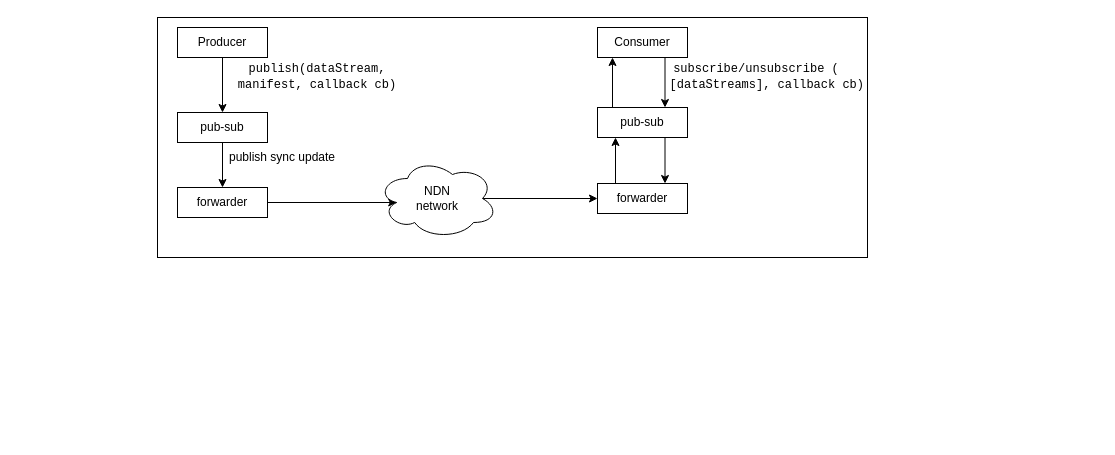
Above: page "Pub-sub" (4 of 5) of docs/Copy of mGuard .drawio in dulalsaurab/new-mguard (draw.io), before the change. Source tidied: cells renumbered, new cells numbered last; positions are measured from the earlier drawing's top-left corner, leaving out a move shared by most shapes. Both pictures are drawn from the tidied source at 100%, with x=0, y=0 at pixel (157, 17).
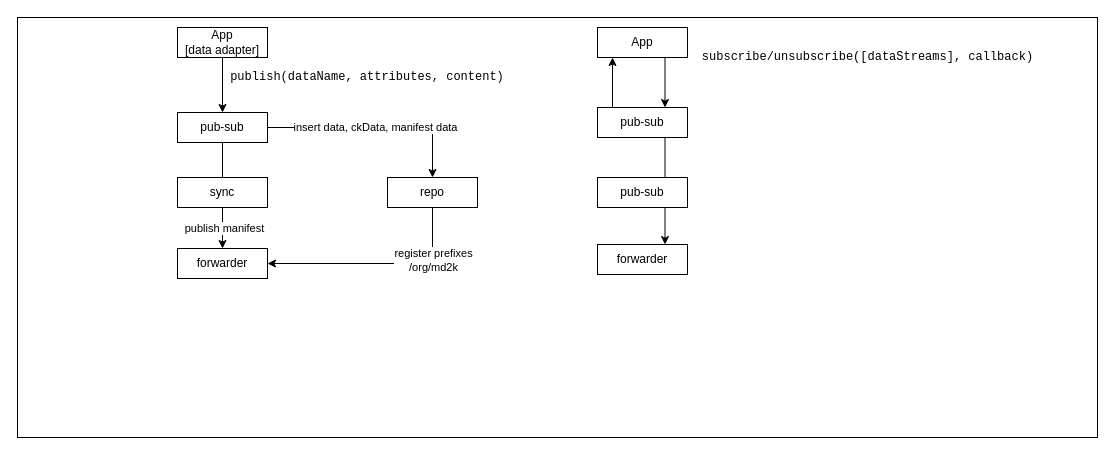
After the change.

The change refers to these unchanged cells:
```xml
<mxCell id="6" style="edgeStyle=orthogonalEdgeStyle;rounded=0;jettySize=auto;html=1;exitX=0.5;exitY=1;exitDx=0;exitDy=0;entryX=0.5;entryY=0;entryDx=0;entryDy=0;" parent="1" edge="1" source="7" target="9">
  <mxGeometry relative="1" as="geometry" />
</mxCell>
<mxCell id="7" value="pub-sub" style="rounded=0;whiteSpace=wrap;html=1;" parent="1" vertex="1">
  <mxGeometry x="20" y="95" width="90" height="30" as="geometry" />
</mxCell>
```

Change to the diagram source:
```diff
@@
     <mxCell id="2" style="rounded=0;whiteSpace=wrap;html=1;" parent="1" vertex="1">
-      <mxGeometry width="710" height="240" as="geometry" />
+      <mxGeometry x="-140" width="1080" height="420" as="geometry" />
     </mxCell>
@@
-    <mxCell id="4" value="Producer" style="rounded=0;whiteSpace=wrap;html=1;" parent="1" vertex="1">
+    <mxCell id="4" value="App&lt;br&gt;[data adapter]" style="rounded=0;whiteSpace=wrap;html=1;" parent="1" vertex="1">
       <mxGeometry x="20" y="10" width="90" height="30" as="geometry" />
     </mxCell>
-    <mxCell id="5" value="&lt;font face=&quot;Courier New&quot;&gt;publish(dataStream, manifest, callback cb)&lt;/font&gt;" style="text;html=1;strokeColor=none;fillColor=none;align=center;verticalAlign=middle;whiteSpace=wrap;rounded=0;" parent="1" vertex="1">
-      <mxGeometry x="70" y="49" width="180" height="20" as="geometry" />
+    <mxCell id="5" value="&lt;font face=&quot;Courier New&quot;&gt;publish(dataName, attributes, content)&lt;/font&gt;" style="text;html=1;strokeColor=none;fillColor=none;align=center;verticalAlign=middle;whiteSpace=wrap;rounded=0;" parent="1" vertex="1">
+      <mxGeometry x="70" y="49" width="280" height="20" as="geometry" />
     </mxCell>
@@
+    <mxCell id="21" value="publish manifest" style="edgeLabel;html=1;align=center;verticalAlign=middle;" parent="6" vertex="1">
+      <mxGeometry x="0.6" y="1" relative="1" as="geometry" />
+    </mxCell>
+    <mxCell id="22" value="insert data, ckData, manifest data" style="edgeStyle=orthogonalEdgeStyle;rounded=0;jettySize=auto;html=1;exitX=1;exitY=0.5;exitDx=0;exitDy=0;entryX=0.5;entryY=0;entryDx=0;entryDy=0;" parent="1" edge="1" source="7" target="27">
+      <mxGeometry relative="1" as="geometry" />
+    </mxCell>
@@
-    <mxCell id="8" style="edgeStyle=orthogonalEdgeStyle;rounded=0;jettySize=auto;html=1;exitX=1;exitY=0.5;exitDx=0;exitDy=0;entryX=0.16;entryY=0.55;entryDx=0;entryDy=0;entryPerimeter=0;" parent="1" edge="1" source="9" target="11">
-      <mxGeometry relative="1" as="geometry" />
-    </mxCell>
     <mxCell id="9" value="forwarder" style="rounded=0;whiteSpace=wrap;html=1;" parent="1" vertex="1">
-      <mxGeometry x="20" y="170" width="90" height="30" as="geometry" />
+      <mxGeometry x="20" y="231" width="90" height="30" as="geometry" />
     </mxCell>
-    <mxCell id="10" style="edgeStyle=orthogonalEdgeStyle;rounded=0;jettySize=auto;html=1;exitX=0.875;exitY=0.5;exitDx=0;exitDy=0;exitPerimeter=0;" parent="1" edge="1" source="11" target="13">
-      <mxGeometry relative="1" as="geometry" />
-    </mxCell>
-    <mxCell id="11" value="NDN&lt;br&gt;network" style="ellipse;shape=cloud;whiteSpace=wrap;html=1;" parent="1" vertex="1">
-      <mxGeometry x="220" y="141" width="120" height="80" as="geometry" />
-    </mxCell>
-    <mxCell id="12" style="edgeStyle=orthogonalEdgeStyle;rounded=0;orthogonalLoop=1;jettySize=auto;html=1;exitX=0.5;exitY=0;exitDx=0;exitDy=0;entryX=0.5;entryY=1;entryDx=0;entryDy=0;" parent="1" edge="1">
-      <mxGeometry relative="1" as="geometry">
-        <mxPoint x="458" y="166" as="sourcePoint" />
-        <mxPoint x="458" y="120" as="targetPoint" />
-      </mxGeometry>
-    </mxCell>
     <mxCell id="13" value="forwarder" style="rounded=0;whiteSpace=wrap;html=1;" parent="1" vertex="1">
-      <mxGeometry x="440" y="166" width="90" height="30" as="geometry" />
+      <mxGeometry x="440" y="227" width="90" height="30" as="geometry" />
     </mxCell>
@@
-    <mxCell id="18" value="Consumer" style="rounded=0;whiteSpace=wrap;html=1;" parent="1" vertex="1">
+    <mxCell id="18" value="App" style="rounded=0;whiteSpace=wrap;html=1;" parent="1" vertex="1">
       <mxGeometry x="440" y="10" width="90" height="30" as="geometry" />
     </mxCell>
-    <mxCell id="19" value="&lt;font face=&quot;Courier New&quot;&gt;subscribe/unsubscribe (&lt;br&gt;&amp;nbsp; &amp;nbsp;[dataStreams], callback cb)&lt;/font&gt;" style="text;html=1;strokeColor=none;fillColor=none;align=center;verticalAlign=middle;whiteSpace=wrap;rounded=0;" parent="1" vertex="1">
-      <mxGeometry x="489" y="49" width="220" height="20" as="geometry" />
+    <mxCell id="19" value="&lt;font face=&quot;Courier New&quot;&gt;subscribe/unsubscribe([dataStreams], callback)&lt;/font&gt;" style="text;html=1;strokeColor=none;fillColor=none;align=center;verticalAlign=middle;whiteSpace=wrap;rounded=0;" parent="1" vertex="1">
+      <mxGeometry x="540" y="29" width="341" height="20" as="geometry" />
     </mxCell>
-    <mxCell id="20" value="publish sync update" style="text;html=1;strokeColor=none;fillColor=none;align=center;verticalAlign=middle;whiteSpace=wrap;rounded=0;" parent="1" vertex="1">
-      <mxGeometry x="50" y="130" width="150" height="20" as="geometry" />
-    </mxCell>
+    <mxCell id="23" value="sync" style="rounded=0;whiteSpace=wrap;html=1;" parent="1" vertex="1">
+      <mxGeometry x="20" y="160" width="90" height="30" as="geometry" />
+    </mxCell>
+    <mxCell id="24" value="pub-sub" style="rounded=0;whiteSpace=wrap;html=1;" parent="1" vertex="1">
+      <mxGeometry x="440" y="160" width="90" height="30" as="geometry" />
+    </mxCell>
+    <mxCell id="25" style="edgeStyle=orthogonalEdgeStyle;rounded=0;jettySize=auto;html=1;exitX=0.5;exitY=1;exitDx=0;exitDy=0;entryX=1;entryY=0.5;entryDx=0;entryDy=0;" parent="1" edge="1" source="27" target="9">
+      <mxGeometry relative="1" as="geometry" />
+    </mxCell>
+    <mxCell id="26" value="register prefixes&lt;br&gt;/org/md2k" style="edgeLabel;html=1;align=center;verticalAlign=middle;" parent="25" vertex="1">
+      <mxGeometry x="-0.53" relative="1" as="geometry" />
+    </mxCell>
+    <mxCell id="27" value="repo" style="rounded=0;whiteSpace=wrap;html=1;" parent="1" vertex="1">
+      <mxGeometry x="230" y="160" width="90" height="30" as="geometry" />
+    </mxCell>
```
